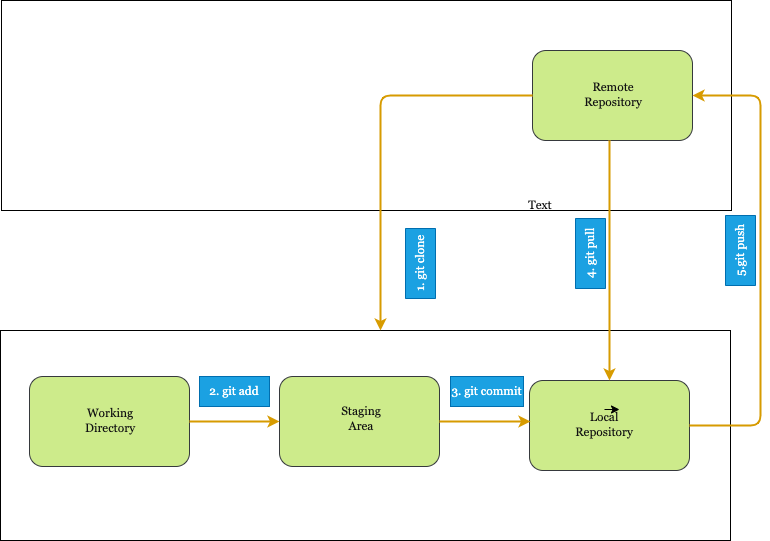
The draw.io diagram git_architecture.png in deepaksama/Knowledge, before a commit. Source tidied: cells renumbered, new cells last; positions are measured from the earlier drawing's top-left corner, leaving out a move shared by most shapes.
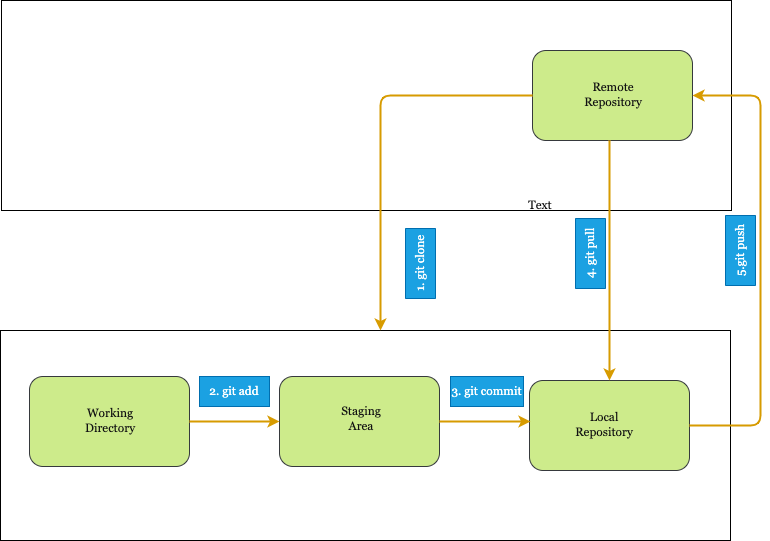
Later version of the same file.

Diff of the diagram source:
```diff
@@ -54,9 +54,6 @@
     <mxCell id="19" value="Local Repository" style="text;html=1;strokeColor=none;fillColor=none;align=center;verticalAlign=middle;whiteSpace=wrap;rounded=0;fontFamily=Georgia;fontColor=#121212;" parent="17" vertex="1">
       <mxGeometry x="51" y="29" width="60" height="30" as="geometry" />
     </mxCell>
-    <mxCell id="20" style="edgeStyle=none;html=1;exitX=0.5;exitY=0;exitDx=0;exitDy=0;entryX=0.75;entryY=0;entryDx=0;entryDy=0;fontFamily=Georgia;fontColor=#121212;" parent="17" edge="1" source="19" target="19">
-      <mxGeometry relative="1" as="geometry" />
-    </mxCell>
     <mxCell id="21" style="endArrow=classic;html=1;fontFamily=Georgia;fontColor=#121212;exitX=0;exitY=0.5;exitDx=0;exitDy=0;entryX=0.5;entryY=0;entryDx=0;entryDy=0;edgeStyle=orthogonalEdgeStyle;elbow=vertical;fillColor=#ffcd28;strokeColor=#d79b00;strokeWidth=2;gradientColor=#ffa500;" parent="7" edge="1" source="12">
       <mxGeometry relative="1" as="geometry">
         <mxPoint x="380" y="330" as="targetPoint" />
```
